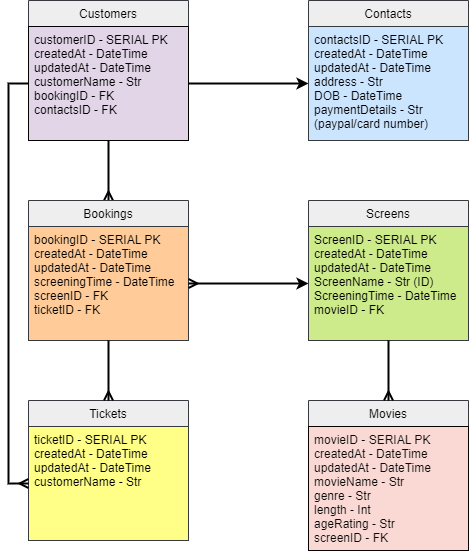
boolean-uk/database-design keeps this draw.io diagram as api-database-design.drawio.png. Above is the earlier version. Source tidied: cells renumbered, new cells last; positions are measured from the earlier drawing's top-left corner, leaving out a move shared by most shapes. Source of this version:
```xml
<mxGraphModel>
  <root>
    <mxCell id="0" />
    <mxCell id="1" parent="0" />
    <mxCell id="2" value="Tickets" style="swimlane;fontStyle=0;align=center;verticalAlign=top;horizontal=1;startSize=26;rounded=0;shadow=0;strokeWidth=1;fillColor=#eeeeee;strokeColor=#36393d;" parent="1" vertex="1">
      <mxGeometry y="400" width="160" height="140" as="geometry" />
    </mxCell>
    <mxCell id="3" value="ticketID - SERIAL PK&#10;createdAt - DateTime&#10;updatedAt - DateTime&#10;customerName - Str" style="text;align=left;verticalAlign=top;spacingLeft=4;spacingRight=4;overflow=hidden;points=[[0,0.5],[1,0.5]];portConstraint=eastwest;fillColor=#ffff88;strokeColor=#36393d;" parent="2" vertex="1">
      <mxGeometry y="26" width="160" height="114" as="geometry" />
    </mxCell>
    <mxCell id="4" style="edgeStyle=orthogonalEdgeStyle;rounded=0;jettySize=auto;html=1;endArrow=ERmany;endFill=0;strokeWidth=2;" parent="1" edge="1" target="5">
      <mxGeometry relative="1" as="geometry">
        <mxPoint x="80" y="140" as="sourcePoint" />
      </mxGeometry>
    </mxCell>
    <mxCell id="5" value="Bookings" style="swimlane;fontStyle=0;align=center;verticalAlign=top;horizontal=1;startSize=26;rounded=0;shadow=0;strokeWidth=1;fillColor=#eeeeee;strokeColor=#36393d;" parent="1" vertex="1">
      <mxGeometry y="200" width="160" height="140" as="geometry" />
    </mxCell>
    <mxCell id="6" value="bookingID - SERIAL PK&#10;createdAt - DateTime&#10;updatedAt - DateTime&#10;screeningTime - DateTime&#10;screenID - FK&#10;ticketID - FK" style="text;align=left;verticalAlign=top;spacingLeft=4;spacingRight=4;overflow=hidden;points=[[0,0.5],[1,0.5]];portConstraint=eastwest;fillColor=#ffcc99;strokeColor=#36393d;" parent="5" vertex="1">
      <mxGeometry y="26" width="160" height="114" as="geometry" />
    </mxCell>
    <mxCell id="7" style="endArrow=ERmany;html=1;rounded=0;endFill=0;strokeWidth=2;" parent="5" edge="1" target="2">
      <mxGeometry relative="1" as="geometry">
        <mxPoint x="80" y="140" as="sourcePoint" />
      </mxGeometry>
    </mxCell>
    <mxCell id="8" value="Movies" style="swimlane;fontStyle=0;align=center;verticalAlign=top;horizontal=1;startSize=26;rounded=0;shadow=0;strokeWidth=1;fillColor=#eeeeee;strokeColor=#36393d;" parent="1" vertex="1">
      <mxGeometry x="280" y="400" width="160" height="150" as="geometry" />
    </mxCell>
    <mxCell id="9" value="movieID - SERIAL PK&#10;createdAt - DateTime&#10;updatedAt - DateTime&#10;movieName - Str&#10;genre - Str&#10;length - Int&#10;ageRating - Str&#10;screenID - FK" style="text;align=left;verticalAlign=top;spacingLeft=4;spacingRight=4;overflow=hidden;fillColor=#fad9d5;strokeColor=#080302;fontColor=#0A0A0A;strokeWidth=1;" parent="8" vertex="1">
      <mxGeometry y="26" width="160" height="124" as="geometry" />
    </mxCell>
    <mxCell id="10" value="Customers" style="swimlane;fontStyle=0;align=center;verticalAlign=top;horizontal=1;startSize=26;rounded=0;shadow=0;strokeWidth=1;fillColor=#eeeeee;strokeColor=#36393d;" parent="1" vertex="1">
      <mxGeometry width="160" height="140" as="geometry" />
    </mxCell>
    <mxCell id="11" value="customerID - SERIAL PK&#10;createdAt - DateTime&#10;updatedAt - DateTime&#10;customerName - Str&#10;bookingID - FK&#10;contactsID - FK" style="text;align=left;verticalAlign=top;spacingLeft=4;spacingRight=4;overflow=hidden;points=[[0,0.5],[1,0.5]];portConstraint=eastwest;fillColor=#e1d5e7;strokeColor=#020203;" parent="10" vertex="1">
      <mxGeometry y="26" width="160" height="114" as="geometry" />
    </mxCell>
    <mxCell id="12" value="Screens" style="swimlane;fontStyle=0;align=center;verticalAlign=top;horizontal=1;startSize=26;rounded=0;shadow=0;strokeWidth=1;fillColor=#eeeeee;strokeColor=#36393d;" parent="1" vertex="1">
      <mxGeometry x="280" y="200" width="160" height="140" as="geometry" />
    </mxCell>
    <mxCell id="13" value="ScreenID - SERIAL PK&#10;createdAt - DateTime&#10;updatedAt - DateTime&#10;ScreenName - Str (ID)&#10;ScreeningTime - DateTime&#10;movieID - FK" style="text;align=left;verticalAlign=top;spacingLeft=4;spacingRight=4;overflow=hidden;points=[[0,0.5],[1,0.5]];portConstraint=eastwest;fillColor=#cdeb8b;strokeColor=#36393d;" parent="12" vertex="1">
      <mxGeometry y="26" width="160" height="114" as="geometry" />
    </mxCell>
    <mxCell id="14" style="endArrow=ERmany;html=1;rounded=0;endFill=0;strokeWidth=2;" parent="12" edge="1" target="8">
      <mxGeometry relative="1" as="geometry">
        <mxPoint x="80" y="140" as="sourcePoint" />
      </mxGeometry>
    </mxCell>
    <mxCell id="15" value="Contacts" style="swimlane;fontStyle=0;align=center;verticalAlign=top;horizontal=1;startSize=26;rounded=0;shadow=0;strokeWidth=1;fillColor=#eeeeee;strokeColor=#36393d;" parent="1" vertex="1">
      <mxGeometry x="280" width="160" height="140" as="geometry" />
    </mxCell>
    <mxCell id="16" value="contactsID - SERIAL PK&#10;createdAt - DateTime&#10;updatedAt - DateTime&#10;address - Str&#10;DOB - DateTime&#10;paymentDetails - Str &#10;(paypal/card number)&#10;" style="text;align=left;verticalAlign=top;spacingLeft=4;spacingRight=4;overflow=hidden;points=[[0,0.5],[1,0.5]];portConstraint=eastwest;fillColor=#cce5ff;strokeColor=#36393d;" parent="15" vertex="1">
      <mxGeometry y="26" width="160" height="114" as="geometry" />
    </mxCell>
    <mxCell id="17" style="edgeStyle=orthogonalEdgeStyle;rounded=0;jettySize=auto;html=1;sketch=0;strokeColor=default;strokeWidth=2;shadow=0;labelBorderColor=none;" parent="1" edge="1" source="11" target="16">
      <mxGeometry relative="1" as="geometry" />
    </mxCell>
    <mxCell id="18" style="edgeStyle=orthogonalEdgeStyle;rounded=0;jettySize=auto;html=1;entryX=0;entryY=0.5;entryDx=0;entryDy=0;endArrow=ERmany;endFill=0;strokeWidth=2;" parent="1" edge="1" source="11" target="3">
      <mxGeometry relative="1" as="geometry" />
    </mxCell>
    <mxCell id="19" style="edgeStyle=orthogonalEdgeStyle;rounded=0;jettySize=auto;html=1;entryX=0;entryY=0.5;entryDx=0;entryDy=0;startArrow=ERmany;startFill=0;strokeWidth=2;" parent="1" edge="1" source="6" target="13">
      <mxGeometry relative="1" as="geometry" />
    </mxCell>
  </root>
</mxGraphModel>
```
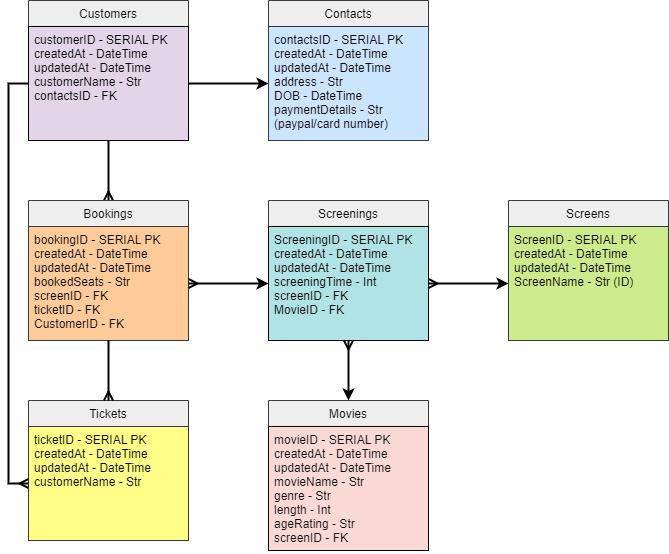
The same diagram one commit later.

The edit, as a diff of the source:
```diff
@@ -16,7 +16,7 @@
     <mxCell id="5" value="Bookings" style="swimlane;fontStyle=0;align=center;verticalAlign=top;horizontal=1;startSize=26;rounded=0;shadow=0;strokeWidth=1;fillColor=#eeeeee;strokeColor=#36393d;" parent="1" vertex="1">
       <mxGeometry y="200" width="160" height="140" as="geometry" />
     </mxCell>
-    <mxCell id="6" value="bookingID - SERIAL PK&#10;createdAt - DateTime&#10;updatedAt - DateTime&#10;screeningTime - DateTime&#10;screenID - FK&#10;ticketID - FK" style="text;align=left;verticalAlign=top;spacingLeft=4;spacingRight=4;overflow=hidden;points=[[0,0.5],[1,0.5]];portConstraint=eastwest;fillColor=#ffcc99;strokeColor=#36393d;" parent="5" vertex="1">
+    <mxCell id="6" value="bookingID - SERIAL PK&#10;createdAt - DateTime&#10;updatedAt - DateTime&#10;bookedSeats - Str&#10;screenID - FK&#10;ticketID - FK&#10;CustomerID - FK" style="text;align=left;verticalAlign=top;spacingLeft=4;spacingRight=4;overflow=hidden;points=[[0,0.5],[1,0.5]];portConstraint=eastwest;fillColor=#ffcc99;strokeColor=#36393d;" parent="5" vertex="1">
       <mxGeometry y="26" width="160" height="114" as="geometry" />
     </mxCell>
     <mxCell id="7" style="endArrow=ERmany;html=1;rounded=0;endFill=0;strokeWidth=2;" parent="5" edge="1" target="2">
@@ -24,8 +24,11 @@
         <mxPoint x="80" y="140" as="sourcePoint" />
       </mxGeometry>
     </mxCell>
+    <mxCell id="20" style="edgeStyle=orthogonalEdgeStyle;rounded=0;sketch=0;jettySize=auto;html=1;entryX=0.5;entryY=1;entryDx=0;entryDy=0;entryPerimeter=0;shadow=0;labelBorderColor=none;strokeColor=default;strokeWidth=2;fontColor=#0A0A0A;startArrow=classic;startFill=1;endArrow=ERmany;endFill=0;" parent="1" edge="1" source="8" target="22">
+      <mxGeometry relative="1" as="geometry" />
+    </mxCell>
     <mxCell id="8" value="Movies" style="swimlane;fontStyle=0;align=center;verticalAlign=top;horizontal=1;startSize=26;rounded=0;shadow=0;strokeWidth=1;fillColor=#eeeeee;strokeColor=#36393d;" parent="1" vertex="1">
-      <mxGeometry x="280" y="400" width="160" height="150" as="geometry" />
+      <mxGeometry x="240" y="400" width="160" height="150" as="geometry" />
     </mxCell>
     <mxCell id="9" value="movieID - SERIAL PK&#10;createdAt - DateTime&#10;updatedAt - DateTime&#10;movieName - Str&#10;genre - Str&#10;length - Int&#10;ageRating - Str&#10;screenID - FK" style="text;align=left;verticalAlign=top;spacingLeft=4;spacingRight=4;overflow=hidden;fillColor=#fad9d5;strokeColor=#080302;fontColor=#0A0A0A;strokeWidth=1;" parent="8" vertex="1">
       <mxGeometry y="26" width="160" height="124" as="geometry" />
@@ -33,22 +36,17 @@
     <mxCell id="10" value="Customers" style="swimlane;fontStyle=0;align=center;verticalAlign=top;horizontal=1;startSize=26;rounded=0;shadow=0;strokeWidth=1;fillColor=#eeeeee;strokeColor=#36393d;" parent="1" vertex="1">
       <mxGeometry width="160" height="140" as="geometry" />
     </mxCell>
-    <mxCell id="11" value="customerID - SERIAL PK&#10;createdAt - DateTime&#10;updatedAt - DateTime&#10;customerName - Str&#10;bookingID - FK&#10;contactsID - FK" style="text;align=left;verticalAlign=top;spacingLeft=4;spacingRight=4;overflow=hidden;points=[[0,0.5],[1,0.5]];portConstraint=eastwest;fillColor=#e1d5e7;strokeColor=#020203;" parent="10" vertex="1">
+    <mxCell id="11" value="customerID - SERIAL PK&#10;createdAt - DateTime&#10;updatedAt - DateTime&#10;customerName - Str&#10;contactsID - FK" style="text;align=left;verticalAlign=top;spacingLeft=4;spacingRight=4;overflow=hidden;points=[[0,0.5],[1,0.5]];portConstraint=eastwest;fillColor=#e1d5e7;strokeColor=#020203;" parent="10" vertex="1">
       <mxGeometry y="26" width="160" height="114" as="geometry" />
     </mxCell>
     <mxCell id="12" value="Screens" style="swimlane;fontStyle=0;align=center;verticalAlign=top;horizontal=1;startSize=26;rounded=0;shadow=0;strokeWidth=1;fillColor=#eeeeee;strokeColor=#36393d;" parent="1" vertex="1">
-      <mxGeometry x="280" y="200" width="160" height="140" as="geometry" />
+      <mxGeometry x="480" y="200" width="160" height="140" as="geometry" />
     </mxCell>
-    <mxCell id="13" value="ScreenID - SERIAL PK&#10;createdAt - DateTime&#10;updatedAt - DateTime&#10;ScreenName - Str (ID)&#10;ScreeningTime - DateTime&#10;movieID - FK" style="text;align=left;verticalAlign=top;spacingLeft=4;spacingRight=4;overflow=hidden;points=[[0,0.5],[1,0.5]];portConstraint=eastwest;fillColor=#cdeb8b;strokeColor=#36393d;" parent="12" vertex="1">
+    <mxCell id="13" value="ScreenID - SERIAL PK&#10;createdAt - DateTime&#10;updatedAt - DateTime&#10;ScreenName - Str (ID)" style="text;align=left;verticalAlign=top;spacingLeft=4;spacingRight=4;overflow=hidden;points=[[0,0.5],[1,0.5]];portConstraint=eastwest;fillColor=#cdeb8b;strokeColor=#36393d;" parent="12" vertex="1">
       <mxGeometry y="26" width="160" height="114" as="geometry" />
     </mxCell>
-    <mxCell id="14" style="endArrow=ERmany;html=1;rounded=0;endFill=0;strokeWidth=2;" parent="12" edge="1" target="8">
-      <mxGeometry relative="1" as="geometry">
-        <mxPoint x="80" y="140" as="sourcePoint" />
-      </mxGeometry>
-    </mxCell>
     <mxCell id="15" value="Contacts" style="swimlane;fontStyle=0;align=center;verticalAlign=top;horizontal=1;startSize=26;rounded=0;shadow=0;strokeWidth=1;fillColor=#eeeeee;strokeColor=#36393d;" parent="1" vertex="1">
-      <mxGeometry x="280" width="160" height="140" as="geometry" />
+      <mxGeometry x="240" width="160" height="140" as="geometry" />
     </mxCell>
     <mxCell id="16" value="contactsID - SERIAL PK&#10;createdAt - DateTime&#10;updatedAt - DateTime&#10;address - Str&#10;DOB - DateTime&#10;paymentDetails - Str &#10;(paypal/card number)&#10;" style="text;align=left;verticalAlign=top;spacingLeft=4;spacingRight=4;overflow=hidden;points=[[0,0.5],[1,0.5]];portConstraint=eastwest;fillColor=#cce5ff;strokeColor=#36393d;" parent="15" vertex="1">
       <mxGeometry y="26" width="160" height="114" as="geometry" />
@@ -59,8 +57,17 @@
     <mxCell id="18" style="edgeStyle=orthogonalEdgeStyle;rounded=0;jettySize=auto;html=1;entryX=0;entryY=0.5;entryDx=0;entryDy=0;endArrow=ERmany;endFill=0;strokeWidth=2;" parent="1" edge="1" source="11" target="3">
       <mxGeometry relative="1" as="geometry" />
     </mxCell>
-    <mxCell id="19" style="edgeStyle=orthogonalEdgeStyle;rounded=0;jettySize=auto;html=1;entryX=0;entryY=0.5;entryDx=0;entryDy=0;startArrow=ERmany;startFill=0;strokeWidth=2;" parent="1" edge="1" source="6" target="13">
-      <mxGeometry relative="1" as="geometry" />
-    </mxCell>
+    <mxCell id="21" value="Screenings" style="swimlane;fontStyle=0;align=center;verticalAlign=top;horizontal=1;startSize=26;rounded=0;shadow=0;strokeWidth=1;fillColor=#eeeeee;strokeColor=#36393d;" parent="1" vertex="1">
+      <mxGeometry x="240" y="200" width="160" height="140" as="geometry" />
+    </mxCell>
+    <mxCell id="22" value="ScreeningID - SERIAL PK&#10;createdAt - DateTime&#10;updatedAt - DateTime&#10;screeningTime - Int&#10;screenID - FK&#10;MovieID - FK" style="text;align=left;verticalAlign=top;spacingLeft=4;spacingRight=4;overflow=hidden;points=[[0,0.5],[1,0.5]];portConstraint=eastwest;fillColor=#b0e3e6;strokeColor=#000000;" parent="21" vertex="1">
+      <mxGeometry y="26" width="160" height="114" as="geometry" />
+    </mxCell>
+    <mxCell id="23" style="edgeStyle=orthogonalEdgeStyle;rounded=0;sketch=0;jettySize=auto;html=1;shadow=0;labelBorderColor=none;strokeColor=default;strokeWidth=2;fontColor=#0A0A0A;startArrow=ERmany;startFill=0;endArrow=classic;endFill=1;" parent="1" edge="1" source="6" target="22">
+      <mxGeometry relative="1" as="geometry" />
+    </mxCell>
+    <mxCell id="24" style="edgeStyle=orthogonalEdgeStyle;rounded=0;sketch=0;jettySize=auto;html=1;shadow=0;labelBorderColor=none;strokeColor=default;strokeWidth=2;fontColor=#0A0A0A;startArrow=ERmany;startFill=0;endArrow=classic;endFill=1;" parent="1" edge="1" source="22" target="13">
+      <mxGeometry relative="1" as="geometry" />
+    </mxCell>
   </root>
 </mxGraphModel>
```
